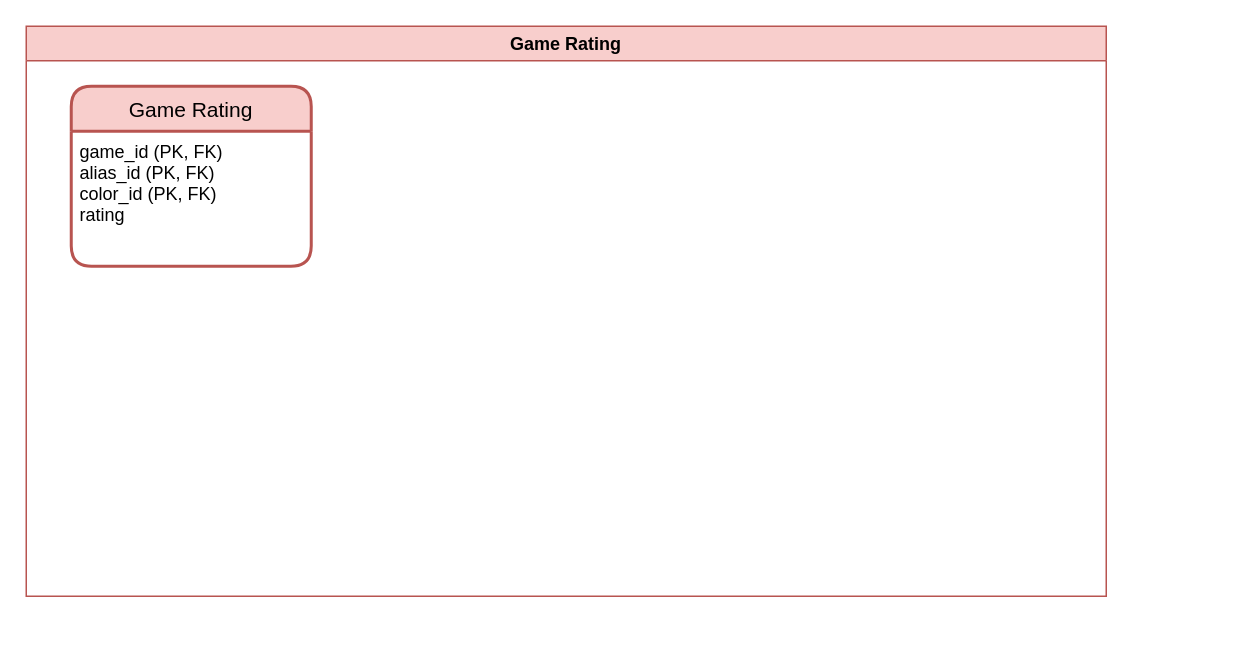
Above: page "Game" (4 of 4) of documentation/database/logical-model.drawio in Techmate-Chess/BoardBuddy (draw.io), before the change. Source tidied: cells renumbered, new cells numbered last; positions are measured from the earlier drawing's top-left corner, leaving out a move shared by most shapes. Both pictures are drawn from the tidied source at 150%, with x=0, y=0 at pixel (26, 26).
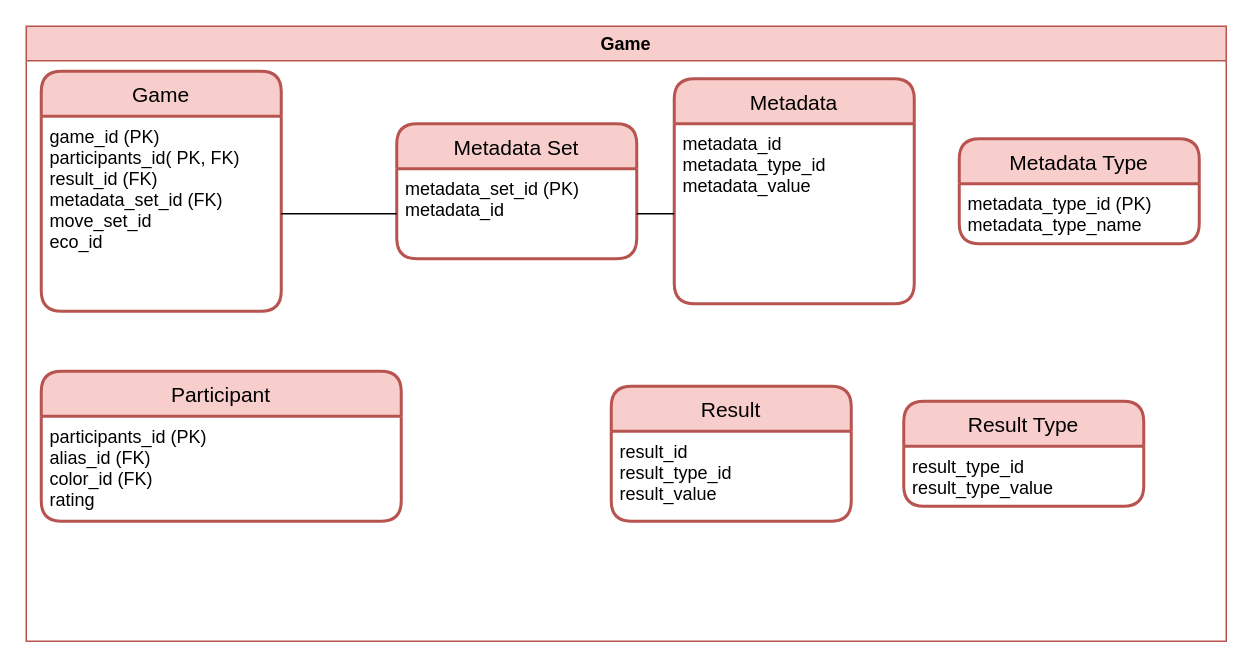
The same diagram, later.

Diff of the diagram source:
```diff
@@
 <mxGraphModel>
   <root>
     <mxCell id="0" />
     <mxCell id="1" parent="0" />
-    <mxCell id="2" value="Game Rating" style="swimlane;whiteSpace=wrap;html=1;fillColor=#f8cecc;strokeColor=#b85450;swimlaneFillColor=default;" parent="1" vertex="1">
-      <mxGeometry width="720" height="380" as="geometry" />
+    <mxCell id="2" value="Game" style="swimlane;whiteSpace=wrap;html=1;fillColor=#f8cecc;strokeColor=#b85450;swimlaneFillColor=default;" parent="1" vertex="1">
+      <mxGeometry width="800" height="410" as="geometry" />
     </mxCell>
-    <mxCell id="3" value="Game Rating" style="swimlane;horizontal=1;startSize=30;rounded=1;fontSize=14;fontStyle=0;strokeWidth=2;shadow=0;dashed=0;align=center;fillColor=#f8cecc;strokeColor=#b85450;" parent="2" vertex="1">
-      <mxGeometry x="30" y="40" width="160" height="120" as="geometry" />
+    <mxCell id="3" value="Game" style="swimlane;horizontal=1;startSize=30;rounded=1;fontSize=14;fontStyle=0;strokeWidth=2;shadow=0;dashed=0;align=center;fillColor=#f8cecc;strokeColor=#b85450;" parent="2" vertex="1">
+      <mxGeometry x="10" y="30" width="160" height="160" as="geometry" />
     </mxCell>
-    <mxCell id="4" value="game_id (PK, FK)&#10;alias_id (PK, FK)&#10;color_id (PK, FK)&#10;rating" style="align=left;strokeColor=none;fillColor=none;spacingLeft=4;fontSize=12;verticalAlign=top;" parent="3" vertex="1">
-      <mxGeometry y="30" width="160" height="90" as="geometry" />
+    <mxCell id="4" value="game_id (PK)&#10;participants_id( PK, FK)&#10;result_id (FK)&#10;metadata_set_id (FK)&#10;move_set_id&#10;eco_id" style="align=left;strokeColor=none;fillColor=none;spacingLeft=4;fontSize=12;verticalAlign=top;" parent="3" vertex="1">
+      <mxGeometry y="30" width="160" height="130" as="geometry" />
     </mxCell>
+    <mxCell id="5" value="Metadata" style="swimlane;horizontal=1;startSize=30;rounded=1;fontSize=14;fontStyle=0;strokeWidth=2;shadow=0;dashed=0;align=center;fillColor=#f8cecc;strokeColor=#b85450;" parent="2" vertex="1">
+      <mxGeometry x="432" y="35" width="160" height="150" as="geometry" />
+    </mxCell>
+    <mxCell id="6" value="metadata_id&#10;metadata_type_id&#10;metadata_value" style="align=left;strokeColor=none;fillColor=none;spacingLeft=4;fontSize=12;verticalAlign=top;" parent="5" vertex="1">
+      <mxGeometry y="30" width="160" height="120" as="geometry" />
+    </mxCell>
+    <mxCell id="7" value="Metadata Set" style="swimlane;horizontal=1;startSize=30;rounded=1;fontSize=14;fontStyle=0;strokeWidth=2;shadow=0;dashed=0;align=center;fillColor=#f8cecc;strokeColor=#b85450;" parent="2" vertex="1">
+      <mxGeometry x="247" y="65" width="160" height="90" as="geometry" />
+    </mxCell>
+    <mxCell id="8" value="metadata_set_id (PK)&#10;metadata_id" style="align=left;strokeColor=none;fillColor=none;spacingLeft=4;fontSize=12;verticalAlign=top;" parent="7" vertex="1">
+      <mxGeometry y="30" width="160" height="60" as="geometry" />
+    </mxCell>
+    <mxCell id="9" style="endArrow=none;html=1;rounded=0;entryX=0;entryY=0.5;entryDx=0;entryDy=0;exitX=1;exitY=0.5;exitDx=0;exitDy=0;" parent="2" edge="1" source="4" target="8">
+      <mxGeometry relative="1" as="geometry" />
+    </mxCell>
+    <mxCell id="10" style="endArrow=none;html=1;rounded=0;entryX=0;entryY=0.5;entryDx=0;entryDy=0;exitX=1;exitY=0.5;exitDx=0;exitDy=0;" parent="2" edge="1" source="8" target="6">
+      <mxGeometry relative="1" as="geometry" />
+    </mxCell>
+    <mxCell id="11" value="Participant" style="swimlane;horizontal=1;startSize=30;rounded=1;fontSize=14;fontStyle=0;strokeWidth=2;shadow=0;dashed=0;align=center;fillColor=#f8cecc;strokeColor=#b85450;" parent="2" vertex="1">
+      <mxGeometry x="10" y="230" width="240" height="100" as="geometry" />
+    </mxCell>
+    <mxCell id="12" value="participants_id (PK)&#10;alias_id (FK)&#10;color_id (FK)&#10;rating" style="align=left;strokeColor=none;fillColor=none;spacingLeft=4;fontSize=12;verticalAlign=top;" parent="11" vertex="1">
+      <mxGeometry y="30" width="240" height="70" as="geometry" />
+    </mxCell>
+    <mxCell id="13" value="Metadata Type" style="swimlane;horizontal=1;startSize=30;rounded=1;fontSize=14;fontStyle=0;strokeWidth=2;shadow=0;dashed=0;align=center;fillColor=#f8cecc;strokeColor=#b85450;" parent="2" vertex="1">
+      <mxGeometry x="622" y="75" width="160" height="70" as="geometry" />
+    </mxCell>
+    <mxCell id="14" value="metadata_type_id (PK)&#10;metadata_type_name" style="align=left;strokeColor=none;fillColor=none;spacingLeft=4;fontSize=12;verticalAlign=top;" parent="13" vertex="1">
+      <mxGeometry y="30" width="160" height="40" as="geometry" />
+    </mxCell>
+    <mxCell id="15" value="Result" style="swimlane;horizontal=1;startSize=30;rounded=1;fontSize=14;fontStyle=0;strokeWidth=2;shadow=0;dashed=0;align=center;fillColor=#f8cecc;strokeColor=#b85450;" parent="2" vertex="1">
+      <mxGeometry x="390" y="240" width="160" height="90" as="geometry" />
+    </mxCell>
+    <mxCell id="16" value="result_id&#10;result_type_id&#10;result_value" style="align=left;strokeColor=none;fillColor=none;spacingLeft=4;fontSize=12;verticalAlign=top;" parent="15" vertex="1">
+      <mxGeometry y="30" width="160" height="60" as="geometry" />
+    </mxCell>
+    <mxCell id="17" value="Result Type" style="swimlane;horizontal=1;startSize=30;rounded=1;fontSize=14;fontStyle=0;strokeWidth=2;shadow=0;dashed=0;align=center;fillColor=#f8cecc;strokeColor=#b85450;" parent="2" vertex="1">
+      <mxGeometry x="585" y="250" width="160" height="70" as="geometry" />
+    </mxCell>
+    <mxCell id="18" value="result_type_id&#10;result_type_value" style="align=left;strokeColor=none;fillColor=none;spacingLeft=4;fontSize=12;verticalAlign=top;" parent="17" vertex="1">
+      <mxGeometry y="30" width="160" height="40" as="geometry" />
+    </mxCell>
   </root>
 </mxGraphModel>
```
